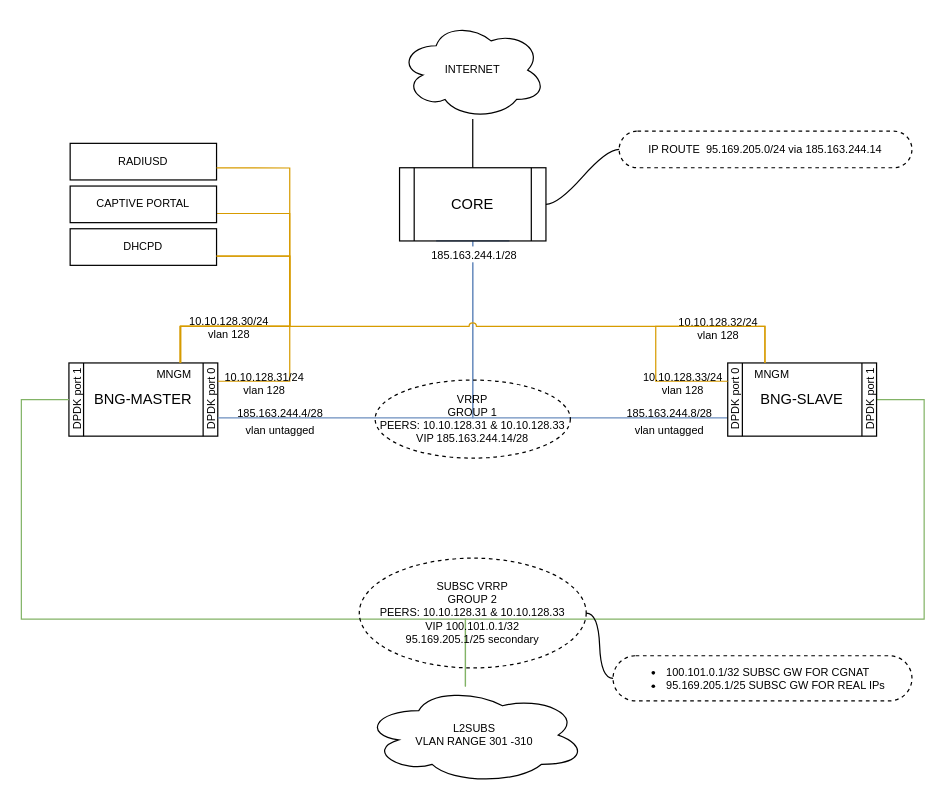
This is bisonRouter IPoE with subsc VRRP and uplink VRRP.drawio from djok/bisonRouter, a draw.io file, before an edit. Source tidied: cells renumbered, new cells numbered last; positions are measured from the earlier drawing's top-left corner, leaving out a move shared by most shapes. Both pictures are drawn from the tidied source at 122%, with x=0, y=0 at pixel (21, 21).
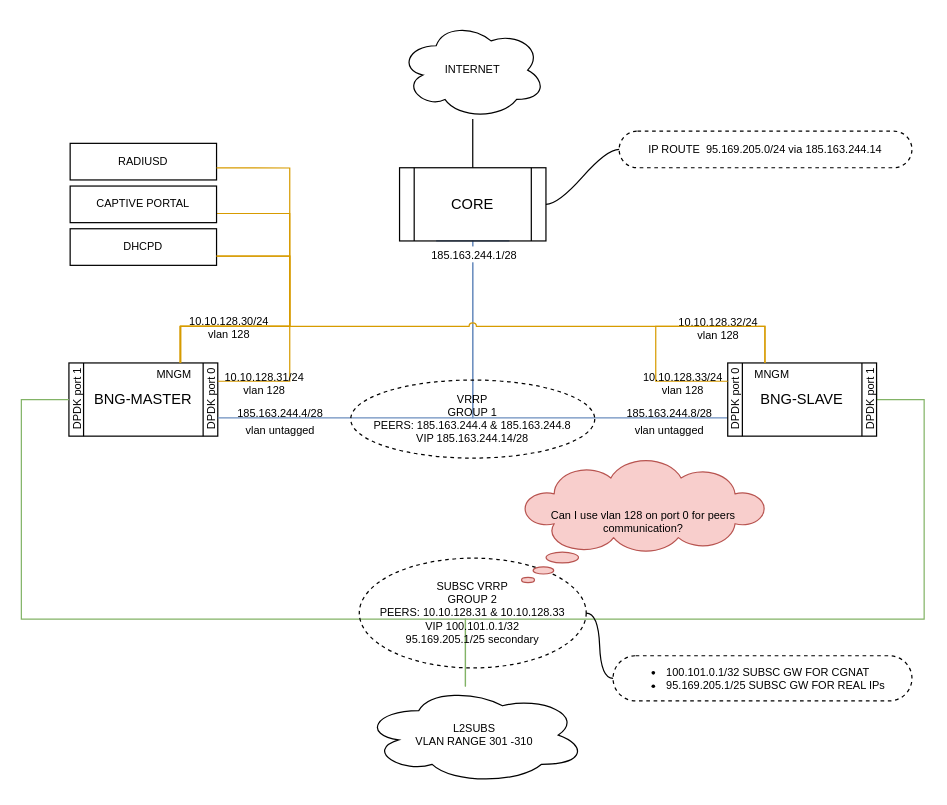
Above is the later version.

The edit, as a diff of the source:
```diff
@@
-    <mxCell id="17" value="VRRP&lt;br&gt;GROUP 1&lt;br&gt;PEERS: 10.10.128.31 &amp;amp; 10.10.128.33&lt;br&gt;VIP 185.163.244.14/28" style="ellipse;whiteSpace=wrap;html=1;dashed=1;fontSize=9;fillColor=none;" parent="1" vertex="1">
-      <mxGeometry x="290" y="294" width="160" height="64" as="geometry" />
+    <mxCell id="17" value="VRRP&lt;br&gt;GROUP 1&lt;br&gt;PEERS: 185.163.244.4 &amp;amp; 185.163.244.8&lt;br&gt;VIP 185.163.244.14/28" style="ellipse;whiteSpace=wrap;html=1;dashed=1;fontSize=9;fillColor=none;" parent="1" vertex="1">
+      <mxGeometry x="270" y="294" width="200" height="64" as="geometry" />
     </mxCell>
@@
+    <mxCell id="43" value="Can I use vlan 128 on port 0 for peers communication?&lt;br&gt;" style="whiteSpace=wrap;html=1;shape=mxgraph.basic.cloud_callout;labelBackgroundColor=none;fontSize=9;fillColor=#f8cecc;strokeColor=#b85450;" parent="1" vertex="1">
+      <mxGeometry x="410" y="360" width="200" height="100" as="geometry" />
+    </mxCell>
```
